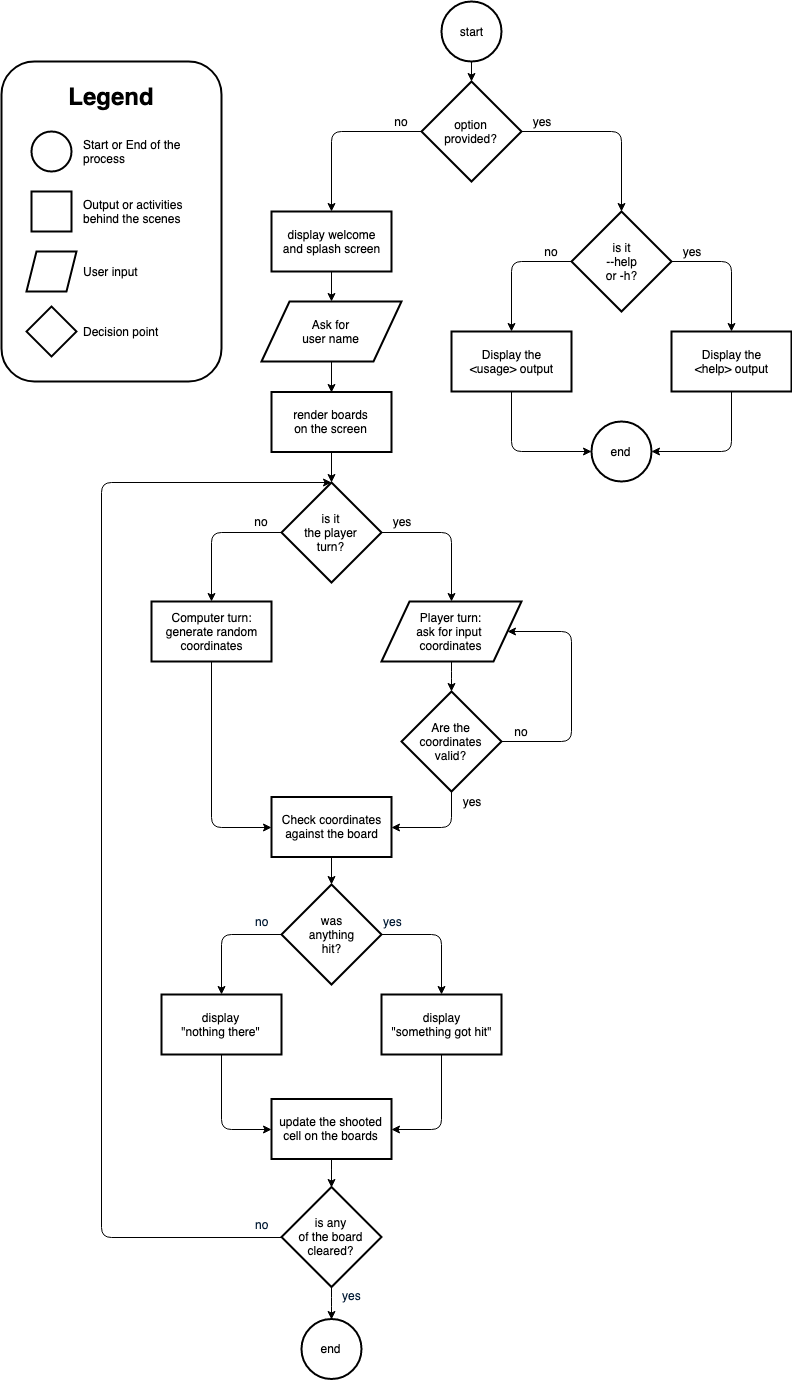
Earlier version of the draw.io export docs/06_workflow.png (ironest/battleship). Source tidied: cells renumbered, new cells last; positions are measured from the earlier drawing's top-left corner, leaving out a move shared by most shapes.
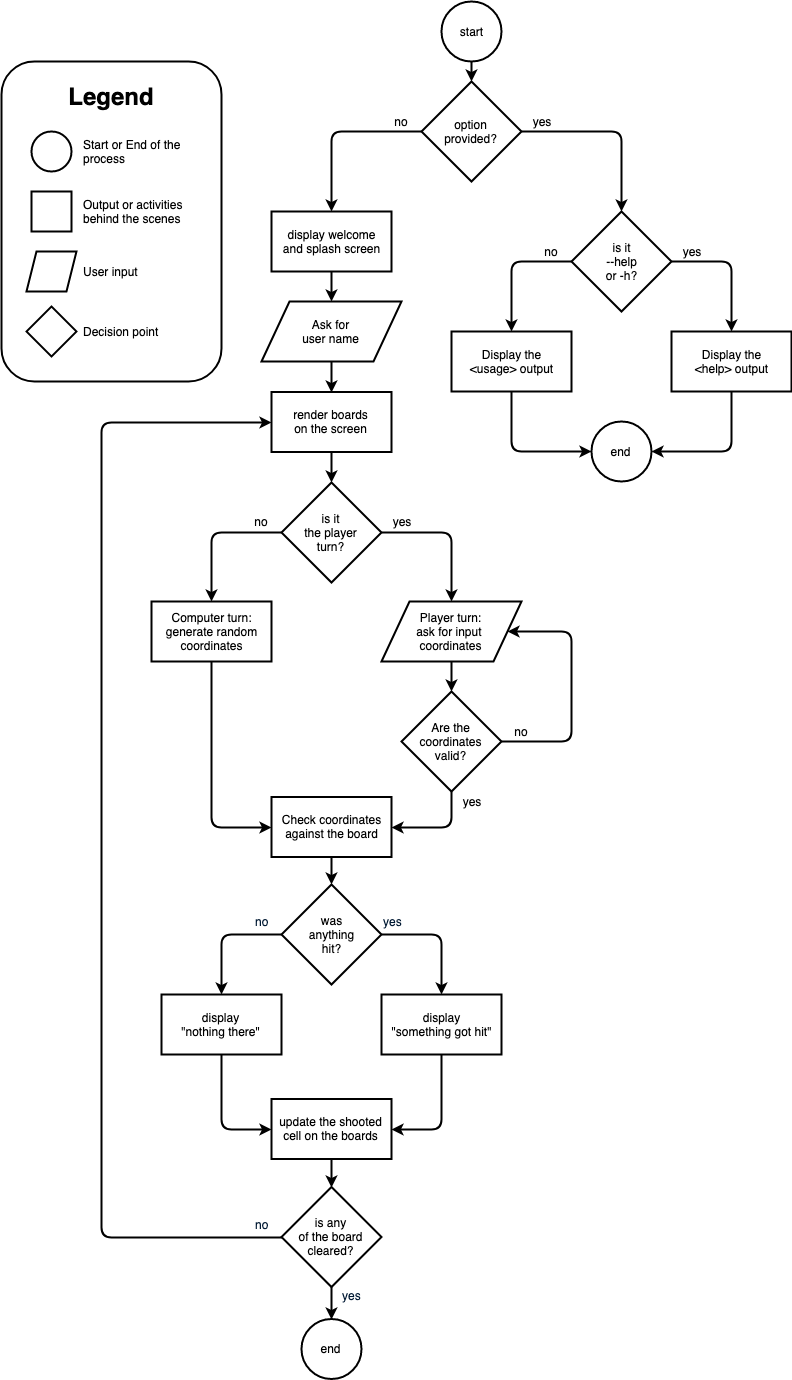
The same diagram one commit later.

Commit message:
Fixed an arrow of the Workflow diagram where the most external loop didn't include the render of the boards

The edit, as a diff of the source:
```diff
@@ -13,3 +13,3 @@
     </mxCell>
-    <mxCell id="5" style="edgeStyle=orthogonalEdgeStyle;rounded=1;jettySize=auto;html=1;entryX=0.5;entryY=0;entryDx=0;entryDy=0;" parent="1" edge="1" source="6" target="50">
+    <mxCell id="5" style="edgeStyle=orthogonalEdgeStyle;rounded=1;jettySize=auto;html=1;entryX=0.5;entryY=0;entryDx=0;entryDy=0;strokeWidth=2;" parent="1" edge="1" source="6" target="50">
       <mxGeometry relative="1" as="geometry" />
@@ -19,3 +19,3 @@
     </mxCell>
-    <mxCell id="7" style="edgeStyle=orthogonalEdgeStyle;rounded=0;jettySize=auto;html=1;entryX=0.5;entryY=0;entryDx=0;entryDy=0;" parent="1" edge="1" source="8" target="10">
+    <mxCell id="7" style="edgeStyle=orthogonalEdgeStyle;rounded=0;jettySize=auto;html=1;entryX=0.5;entryY=0;entryDx=0;entryDy=0;strokeWidth=2;" parent="1" edge="1" source="8" target="10">
       <mxGeometry relative="1" as="geometry" />
@@ -25,3 +25,3 @@
     </mxCell>
-    <mxCell id="9" style="edgeStyle=orthogonalEdgeStyle;rounded=0;jettySize=auto;html=1;entryX=0.5;entryY=0;entryDx=0;entryDy=0;" parent="1" edge="1" source="10" target="12">
+    <mxCell id="9" style="edgeStyle=orthogonalEdgeStyle;rounded=0;jettySize=auto;html=1;entryX=0.5;entryY=0;entryDx=0;entryDy=0;strokeWidth=2;" parent="1" edge="1" source="10" target="12">
       <mxGeometry relative="1" as="geometry" />
@@ -31,3 +31,3 @@
     </mxCell>
-    <mxCell id="11" style="edgeStyle=orthogonalEdgeStyle;rounded=0;jettySize=auto;html=1;entryX=0.5;entryY=0;entryDx=0;entryDy=0;" parent="1" edge="1" source="12" target="27">
+    <mxCell id="11" style="edgeStyle=orthogonalEdgeStyle;rounded=0;jettySize=auto;html=1;entryX=0.5;entryY=0;entryDx=0;entryDy=0;strokeWidth=2;" parent="1" edge="1" source="12" target="27">
       <mxGeometry relative="1" as="geometry" />
@@ -37,3 +37,3 @@
     </mxCell>
-    <mxCell id="13" style="edgeStyle=orthogonalEdgeStyle;jettySize=auto;html=1;entryX=0.5;entryY=0;entryDx=0;entryDy=0;rounded=1;" parent="1" edge="1" source="15" target="19">
+    <mxCell id="13" style="edgeStyle=orthogonalEdgeStyle;jettySize=auto;html=1;entryX=0.5;entryY=0;entryDx=0;entryDy=0;rounded=1;strokeWidth=2;" parent="1" edge="1" source="15" target="19">
       <mxGeometry relative="1" as="geometry">
@@ -44,3 +44,3 @@
     </mxCell>
-    <mxCell id="14" style="edgeStyle=orthogonalEdgeStyle;rounded=1;jettySize=auto;html=1;entryX=0.5;entryY=0;entryDx=0;entryDy=0;" parent="1" edge="1" source="15" target="17">
+    <mxCell id="14" style="edgeStyle=orthogonalEdgeStyle;rounded=1;jettySize=auto;html=1;entryX=0.5;entryY=0;entryDx=0;entryDy=0;strokeWidth=2;" parent="1" edge="1" source="15" target="17">
       <mxGeometry relative="1" as="geometry">
@@ -54,3 +54,3 @@
     </mxCell>
-    <mxCell id="16" style="edgeStyle=orthogonalEdgeStyle;rounded=1;jettySize=auto;html=1;entryX=0;entryY=0.5;entryDx=0;entryDy=0;" parent="1" edge="1" source="17" target="38">
+    <mxCell id="16" style="edgeStyle=orthogonalEdgeStyle;rounded=1;jettySize=auto;html=1;entryX=0;entryY=0.5;entryDx=0;entryDy=0;strokeWidth=2;" parent="1" edge="1" source="17" target="38">
       <mxGeometry relative="1" as="geometry" />
@@ -60,3 +60,3 @@
     </mxCell>
-    <mxCell id="18" style="edgeStyle=orthogonalEdgeStyle;rounded=1;jettySize=auto;html=1;entryX=1;entryY=0.5;entryDx=0;entryDy=0;" parent="1" edge="1" source="19" target="38">
+    <mxCell id="18" style="edgeStyle=orthogonalEdgeStyle;rounded=1;jettySize=auto;html=1;entryX=1;entryY=0.5;entryDx=0;entryDy=0;strokeWidth=2;" parent="1" edge="1" source="19" target="38">
       <mxGeometry relative="1" as="geometry" />
@@ -66,3 +66,3 @@
     </mxCell>
-    <mxCell id="20" style="edgeStyle=orthogonalEdgeStyle;rounded=0;jettySize=auto;html=1;entryX=0.5;entryY=0;entryDx=0;entryDy=0;" parent="1" edge="1" source="21" target="15">
+    <mxCell id="20" style="edgeStyle=orthogonalEdgeStyle;rounded=0;jettySize=auto;html=1;entryX=0.5;entryY=0;entryDx=0;entryDy=0;strokeWidth=2;" parent="1" edge="1" source="21" target="15">
       <mxGeometry relative="1" as="geometry" />
@@ -72,3 +72,3 @@
     </mxCell>
-    <mxCell id="22" style="edgeStyle=orthogonalEdgeStyle;rounded=1;jettySize=auto;html=1;entryX=0.5;entryY=0;entryDx=0;entryDy=0;" parent="1" edge="1" source="24" target="27">
+    <mxCell id="22" style="edgeStyle=orthogonalEdgeStyle;rounded=1;jettySize=auto;html=1;entryX=0;entryY=0.5;entryDx=0;entryDy=0;strokeWidth=2;" parent="1" edge="1" source="24" target="12">
       <mxGeometry relative="1" as="geometry">
@@ -76,3 +76,3 @@
           <mxPoint x="100" y="1236" />
-          <mxPoint x="100" y="481" />
+          <mxPoint x="100" y="421" />
         </Array>
@@ -80,3 +80,3 @@
     </mxCell>
-    <mxCell id="23" style="edgeStyle=orthogonalEdgeStyle;rounded=1;jettySize=auto;html=1;entryX=0.5;entryY=0;entryDx=0;entryDy=0;" parent="1" edge="1" source="24" target="36">
+    <mxCell id="23" style="edgeStyle=orthogonalEdgeStyle;rounded=1;jettySize=auto;html=1;entryX=0.5;entryY=0;entryDx=0;entryDy=0;strokeWidth=2;" parent="1" edge="1" source="24" target="36">
       <mxGeometry relative="1" as="geometry" />
@@ -86,3 +86,3 @@
     </mxCell>
-    <mxCell id="25" style="edgeStyle=orthogonalEdgeStyle;rounded=1;jettySize=auto;html=1;entryX=0.5;entryY=0;entryDx=0;entryDy=0;" parent="1" edge="1" source="27" target="29">
+    <mxCell id="25" style="edgeStyle=orthogonalEdgeStyle;rounded=1;jettySize=auto;html=1;entryX=0.5;entryY=0;entryDx=0;entryDy=0;strokeWidth=2;" parent="1" edge="1" source="27" target="29">
       <mxGeometry relative="1" as="geometry">
@@ -93,3 +93,3 @@
     </mxCell>
-    <mxCell id="26" style="edgeStyle=orthogonalEdgeStyle;rounded=1;jettySize=auto;html=1;entryX=0.5;entryY=0;entryDx=0;entryDy=0;" parent="1" edge="1" source="27" target="31">
+    <mxCell id="26" style="edgeStyle=orthogonalEdgeStyle;rounded=1;jettySize=auto;html=1;entryX=0.5;entryY=0;entryDx=0;entryDy=0;strokeWidth=2;" parent="1" edge="1" source="27" target="31">
       <mxGeometry relative="1" as="geometry">
@@ -103,3 +103,3 @@
     </mxCell>
-    <mxCell id="28" style="edgeStyle=orthogonalEdgeStyle;rounded=1;jettySize=auto;html=1;entryX=0.5;entryY=0;entryDx=0;entryDy=0;" parent="1" edge="1" source="29" target="65">
+    <mxCell id="28" style="edgeStyle=orthogonalEdgeStyle;rounded=1;jettySize=auto;html=1;entryX=0.5;entryY=0;entryDx=0;entryDy=0;strokeWidth=2;" parent="1" edge="1" source="29" target="65">
       <mxGeometry relative="1" as="geometry" />
@@ -109,3 +109,3 @@
     </mxCell>
-    <mxCell id="30" style="edgeStyle=orthogonalEdgeStyle;rounded=1;jettySize=auto;html=1;entryX=0;entryY=0.5;entryDx=0;entryDy=0;" parent="1" edge="1" source="31" target="21">
+    <mxCell id="30" style="edgeStyle=orthogonalEdgeStyle;rounded=1;jettySize=auto;html=1;entryX=0;entryY=0.5;entryDx=0;entryDy=0;strokeWidth=2;" parent="1" edge="1" source="31" target="21">
       <mxGeometry relative="1" as="geometry" />
@@ -115,6 +115,6 @@
     </mxCell>
-    <mxCell id="32" value="yes" style="text;html=1;strokeColor=none;fillColor=none;align=center;verticalAlign=middle;whiteSpace=wrap;rounded=0;" parent="1" vertex="1">
+    <mxCell id="32" value="yes" style="text;html=1;strokeColor=none;fillColor=none;align=center;verticalAlign=middle;whiteSpace=wrap;rounded=0;strokeWidth=2;" parent="1" vertex="1">
       <mxGeometry x="380" y="510" width="40" height="20" as="geometry" />
     </mxCell>
-    <mxCell id="33" value="no" style="text;html=1;strokeColor=none;fillColor=none;align=center;verticalAlign=middle;whiteSpace=wrap;rounded=0;" parent="1" vertex="1">
+    <mxCell id="33" value="no" style="text;html=1;strokeColor=none;fillColor=none;align=center;verticalAlign=middle;whiteSpace=wrap;rounded=0;strokeWidth=2;" parent="1" vertex="1">
       <mxGeometry x="240" y="510" width="40" height="20" as="geometry" />
@@ -130,3 +130,3 @@
     </mxCell>
-    <mxCell id="37" style="edgeStyle=orthogonalEdgeStyle;rounded=1;jettySize=auto;html=1;entryX=0.5;entryY=0;entryDx=0;entryDy=0;" parent="1" edge="1" source="38" target="24">
+    <mxCell id="37" style="edgeStyle=orthogonalEdgeStyle;rounded=1;jettySize=auto;html=1;entryX=0.5;entryY=0;entryDx=0;entryDy=0;strokeWidth=2;" parent="1" edge="1" source="38" target="24">
       <mxGeometry relative="1" as="geometry" />
@@ -148,21 +148,21 @@
     </mxCell>
-    <mxCell id="43" value="Start or End of the process&amp;nbsp;" style="text;html=1;strokeColor=none;fillColor=none;align=left;verticalAlign=middle;whiteSpace=wrap;rounded=0;" parent="1" vertex="1">
+    <mxCell id="43" value="Start or End of the process&amp;nbsp;" style="text;html=1;strokeColor=none;fillColor=none;align=left;verticalAlign=middle;whiteSpace=wrap;rounded=0;strokeWidth=2;" parent="1" vertex="1">
       <mxGeometry x="80" y="140" width="110" height="20" as="geometry" />
     </mxCell>
-    <mxCell id="44" value="Output or activities behind the scenes" style="text;html=1;strokeColor=none;fillColor=none;align=left;verticalAlign=middle;whiteSpace=wrap;rounded=0;" parent="1" vertex="1">
+    <mxCell id="44" value="Output or activities behind the scenes" style="text;html=1;strokeColor=none;fillColor=none;align=left;verticalAlign=middle;whiteSpace=wrap;rounded=0;strokeWidth=2;" parent="1" vertex="1">
       <mxGeometry x="80" y="200" width="110" height="20" as="geometry" />
     </mxCell>
-    <mxCell id="45" value="User input" style="text;html=1;strokeColor=none;fillColor=none;align=left;verticalAlign=middle;whiteSpace=wrap;rounded=0;" parent="1" vertex="1">
+    <mxCell id="45" value="User input" style="text;html=1;strokeColor=none;fillColor=none;align=left;verticalAlign=middle;whiteSpace=wrap;rounded=0;strokeWidth=2;" parent="1" vertex="1">
       <mxGeometry x="80" y="260" width="110" height="20" as="geometry" />
     </mxCell>
-    <mxCell id="46" value="Decision point" style="text;html=1;strokeColor=none;fillColor=none;align=left;verticalAlign=middle;whiteSpace=wrap;rounded=0;" parent="1" vertex="1">
+    <mxCell id="46" value="Decision point" style="text;html=1;strokeColor=none;fillColor=none;align=left;verticalAlign=middle;whiteSpace=wrap;rounded=0;strokeWidth=2;" parent="1" vertex="1">
       <mxGeometry x="80" y="320" width="110" height="20" as="geometry" />
     </mxCell>
-    <mxCell id="47" value="&lt;font style=&quot;font-size: 24px&quot;&gt;&lt;b&gt;Legend&lt;/b&gt;&lt;/font&gt;" style="text;html=1;strokeColor=none;fillColor=none;align=center;verticalAlign=middle;whiteSpace=wrap;rounded=0;" parent="1" vertex="1">
+    <mxCell id="47" value="&lt;font style=&quot;font-size: 24px&quot;&gt;&lt;b&gt;Legend&lt;/b&gt;&lt;/font&gt;" style="text;html=1;strokeColor=none;fillColor=none;align=center;verticalAlign=middle;whiteSpace=wrap;rounded=0;strokeWidth=2;" parent="1" vertex="1">
       <mxGeometry x="30" y="80" width="160" height="30" as="geometry" />
     </mxCell>
-    <mxCell id="48" style="edgeStyle=orthogonalEdgeStyle;rounded=1;jettySize=auto;html=1;entryX=0.5;entryY=0;entryDx=0;entryDy=0;" parent="1" edge="1" source="50" target="55">
+    <mxCell id="48" style="edgeStyle=orthogonalEdgeStyle;rounded=1;jettySize=auto;html=1;entryX=0.5;entryY=0;entryDx=0;entryDy=0;strokeWidth=2;" parent="1" edge="1" source="50" target="55">
       <mxGeometry relative="1" as="geometry" />
     </mxCell>
-    <mxCell id="49" style="edgeStyle=orthogonalEdgeStyle;rounded=1;jettySize=auto;html=1;entryX=0.5;entryY=0;entryDx=0;entryDy=0;" parent="1" edge="1" source="50" target="8">
+    <mxCell id="49" style="edgeStyle=orthogonalEdgeStyle;rounded=1;jettySize=auto;html=1;entryX=0.5;entryY=0;entryDx=0;entryDy=0;strokeWidth=2;" parent="1" edge="1" source="50" target="8">
       <mxGeometry relative="1" as="geometry" />
@@ -172,3 +172,3 @@
     </mxCell>
-    <mxCell id="51" style="edgeStyle=orthogonalEdgeStyle;rounded=1;jettySize=auto;html=1;entryX=1;entryY=0.5;entryDx=0;entryDy=0;" parent="1" edge="1" source="52" target="58">
+    <mxCell id="51" style="edgeStyle=orthogonalEdgeStyle;rounded=1;jettySize=auto;html=1;entryX=1;entryY=0.5;entryDx=0;entryDy=0;strokeWidth=2;" parent="1" edge="1" source="52" target="58">
       <mxGeometry relative="1" as="geometry">
@@ -182,3 +182,3 @@
     </mxCell>
-    <mxCell id="53" style="edgeStyle=orthogonalEdgeStyle;rounded=1;jettySize=auto;html=1;entryX=0.5;entryY=0;entryDx=0;entryDy=0;" parent="1" edge="1" source="55" target="52">
+    <mxCell id="53" style="edgeStyle=orthogonalEdgeStyle;rounded=1;jettySize=auto;html=1;entryX=0.5;entryY=0;entryDx=0;entryDy=0;strokeWidth=2;" parent="1" edge="1" source="55" target="52">
       <mxGeometry relative="1" as="geometry">
@@ -189,3 +189,3 @@
     </mxCell>
-    <mxCell id="54" style="edgeStyle=orthogonalEdgeStyle;rounded=1;jettySize=auto;html=1;entryX=0.5;entryY=0;entryDx=0;entryDy=0;" parent="1" edge="1" source="55" target="57">
+    <mxCell id="54" style="edgeStyle=orthogonalEdgeStyle;rounded=1;jettySize=auto;html=1;entryX=0.5;entryY=0;entryDx=0;entryDy=0;strokeWidth=2;" parent="1" edge="1" source="55" target="57">
       <mxGeometry relative="1" as="geometry">
@@ -199,3 +199,3 @@
     </mxCell>
-    <mxCell id="56" style="edgeStyle=orthogonalEdgeStyle;rounded=1;jettySize=auto;html=1;entryX=0;entryY=0.5;entryDx=0;entryDy=0;" parent="1" edge="1" source="57" target="58">
+    <mxCell id="56" style="edgeStyle=orthogonalEdgeStyle;rounded=1;jettySize=auto;html=1;entryX=0;entryY=0.5;entryDx=0;entryDy=0;strokeWidth=2;" parent="1" edge="1" source="57" target="58">
       <mxGeometry relative="1" as="geometry">
@@ -212,15 +212,15 @@
     </mxCell>
-    <mxCell id="59" value="yes" style="text;html=1;strokeColor=none;fillColor=none;align=center;verticalAlign=middle;whiteSpace=wrap;rounded=0;" parent="1" vertex="1">
+    <mxCell id="59" value="yes" style="text;html=1;strokeColor=none;fillColor=none;align=center;verticalAlign=middle;whiteSpace=wrap;rounded=0;strokeWidth=2;" parent="1" vertex="1">
       <mxGeometry x="670" y="240" width="40" height="20" as="geometry" />
     </mxCell>
-    <mxCell id="60" value="no" style="text;html=1;strokeColor=none;fillColor=none;align=center;verticalAlign=middle;whiteSpace=wrap;rounded=0;" parent="1" vertex="1">
+    <mxCell id="60" value="no" style="text;html=1;strokeColor=none;fillColor=none;align=center;verticalAlign=middle;whiteSpace=wrap;rounded=0;strokeWidth=2;" parent="1" vertex="1">
       <mxGeometry x="530" y="240" width="40" height="20" as="geometry" />
     </mxCell>
-    <mxCell id="61" value="yes" style="text;html=1;strokeColor=none;fillColor=none;align=center;verticalAlign=middle;whiteSpace=wrap;rounded=0;" parent="1" vertex="1">
+    <mxCell id="61" value="yes" style="text;html=1;strokeColor=none;fillColor=none;align=center;verticalAlign=middle;whiteSpace=wrap;rounded=0;strokeWidth=2;" parent="1" vertex="1">
       <mxGeometry x="520" y="110" width="40" height="20" as="geometry" />
     </mxCell>
-    <mxCell id="62" value="no" style="text;html=1;strokeColor=none;fillColor=none;align=center;verticalAlign=middle;whiteSpace=wrap;rounded=0;" parent="1" vertex="1">
+    <mxCell id="62" value="no" style="text;html=1;strokeColor=none;fillColor=none;align=center;verticalAlign=middle;whiteSpace=wrap;rounded=0;strokeWidth=2;" parent="1" vertex="1">
       <mxGeometry x="380" y="110" width="40" height="20" as="geometry" />
     </mxCell>
-    <mxCell id="63" style="edgeStyle=orthogonalEdgeStyle;rounded=1;jettySize=auto;html=1;entryX=1;entryY=0.5;entryDx=0;entryDy=0;" parent="1" edge="1" source="65" target="21">
+    <mxCell id="63" style="edgeStyle=orthogonalEdgeStyle;rounded=1;jettySize=auto;html=1;entryX=1;entryY=0.5;entryDx=0;entryDy=0;strokeWidth=2;" parent="1" edge="1" source="65" target="21">
       <mxGeometry relative="1" as="geometry">
@@ -231,3 +231,3 @@
     </mxCell>
-    <mxCell id="64" style="edgeStyle=orthogonalEdgeStyle;rounded=1;jettySize=auto;html=1;entryX=1;entryY=0.5;entryDx=0;entryDy=0;" parent="1" edge="1" source="65" target="29">
+    <mxCell id="64" style="edgeStyle=orthogonalEdgeStyle;rounded=1;jettySize=auto;html=1;entryX=1;entryY=0.5;entryDx=0;entryDy=0;strokeWidth=2;" parent="1" edge="1" source="65" target="29">
       <mxGeometry relative="1" as="geometry">
@@ -242,6 +242,6 @@
     </mxCell>
-    <mxCell id="66" value="yes" style="text;html=1;strokeColor=none;fillColor=none;align=center;verticalAlign=middle;whiteSpace=wrap;rounded=0;" parent="1" vertex="1">
+    <mxCell id="66" value="yes" style="text;html=1;strokeColor=none;fillColor=none;align=center;verticalAlign=middle;whiteSpace=wrap;rounded=0;strokeWidth=2;" parent="1" vertex="1">
       <mxGeometry x="450" y="790" width="40" height="20" as="geometry" />
     </mxCell>
-    <mxCell id="67" value="no" style="text;html=1;strokeColor=none;fillColor=none;align=center;verticalAlign=middle;whiteSpace=wrap;rounded=0;" parent="1" vertex="1">
+    <mxCell id="67" value="no" style="text;html=1;strokeColor=none;fillColor=none;align=center;verticalAlign=middle;whiteSpace=wrap;rounded=0;strokeWidth=2;" parent="1" vertex="1">
       <mxGeometry x="500" y="720" width="40" height="20" as="geometry" />
```
